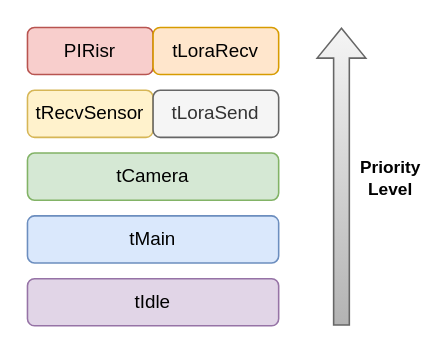
This is page "Page-15" (15 of 15) of project/report/flowcharts/LStasks/tLampControl.drawio from ESRGgroup9/slipad, a draw.io file, before an edit. Source tidied: cells renumbered, new cells numbered last; positions are measured from the earlier drawing's top-left corner, leaving out a move shared by most shapes. Both pictures are drawn from the tidied source at 157%, with x=0, y=0 at pixel (27, 27).
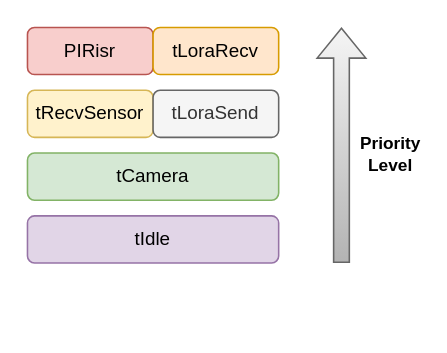
The same diagram, later.

Change to the diagram source:
```diff
@@
 <mxGraphModel>
   <root>
     <mxCell id="0" />
     <mxCell id="1" parent="0" />
     <mxCell id="2" value="PIRisr" style="rounded=1;whiteSpace=wrap;html=1;fillColor=#f8cecc;strokeColor=#b85450;" parent="1" vertex="1">
       <mxGeometry width="80" height="30" as="geometry" />
     </mxCell>
     <mxCell id="3" value="tLoraRecv" style="rounded=1;whiteSpace=wrap;html=1;fillColor=#ffe6cc;strokeColor=#d79b00;" parent="1" vertex="1">
       <mxGeometry x="80" width="80" height="30" as="geometry" />
     </mxCell>
     <mxCell id="4" value="tRecvSensor" style="rounded=1;whiteSpace=wrap;html=1;fillColor=#fff2cc;strokeColor=#d6b656;" parent="1" vertex="1">
       <mxGeometry y="40" width="80" height="30" as="geometry" />
     </mxCell>
     <mxCell id="5" value="tCamera" style="rounded=1;whiteSpace=wrap;html=1;fillColor=#d5e8d4;strokeColor=#82b366;" parent="1" vertex="1">
       <mxGeometry y="80" width="160" height="30" as="geometry" />
     </mxCell>
     <mxCell id="6" value="tLoraSend" style="rounded=1;whiteSpace=wrap;html=1;fillColor=#f5f5f5;strokeColor=#666666;fontColor=#333333;" parent="1" vertex="1">
       <mxGeometry x="80" y="40" width="80" height="30" as="geometry" />
     </mxCell>
-    <mxCell id="7" value="tMain" style="rounded=1;whiteSpace=wrap;html=1;fillColor=#dae8fc;strokeColor=#6c8ebf;" parent="1" vertex="1">
-      <mxGeometry y="120" width="160" height="30" as="geometry" />
-    </mxCell>
     <mxCell id="8" value="tIdle" style="rounded=1;whiteSpace=wrap;html=1;fillColor=#e1d5e7;strokeColor=#9673a6;" parent="1" vertex="1">
-      <mxGeometry y="160" width="160" height="30" as="geometry" />
+      <mxGeometry y="120" width="160" height="30" as="geometry" />
     </mxCell>
-    <mxCell id="9" style="shape=flexArrow;endArrow=classic;html=1;rounded=0;fillColor=#f5f5f5;gradientColor=#b3b3b3;strokeColor=#666666;" parent="1" edge="1">
-      <mxGeometry relative="1" as="geometry">
-        <mxPoint x="200" y="190" as="sourcePoint" />
-        <mxPoint x="200" as="targetPoint" />
-      </mxGeometry>
-    </mxCell>
+    <mxCell id="11" style="shape=flexArrow;endArrow=classic;html=1;rounded=0;fillColor=#f5f5f5;gradientColor=#b3b3b3;strokeColor=#666666;" parent="1" edge="1">
+      <mxGeometry relative="1" as="geometry">
+        <mxPoint x="200" y="150" as="sourcePoint" />
+        <mxPoint x="200" as="targetPoint" />
+      </mxGeometry>
+    </mxCell>
-    <mxCell id="10" value="&lt;div&gt;Priority&lt;/div&gt;&lt;div&gt;Level&lt;/div&gt;" style="edgeLabel;html=1;align=center;verticalAlign=middle;labelBackgroundColor=default;fontStyle=1;" parent="9" vertex="1">
+    <mxCell id="10" value="&lt;div&gt;Priority&lt;/div&gt;&lt;div&gt;Level&lt;/div&gt;" style="edgeLabel;html=1;align=center;verticalAlign=middle;labelBackgroundColor=default;fontStyle=1;" parent="11" vertex="1">
       <mxGeometry x="0.54" y="-2" relative="1" as="geometry">
-        <mxPoint x="28" y="51" as="offset" />
+        <mxPoint x="28" y="46" as="offset" />
       </mxGeometry>
     </mxCell>
   </root>
 </mxGraphModel>
```
